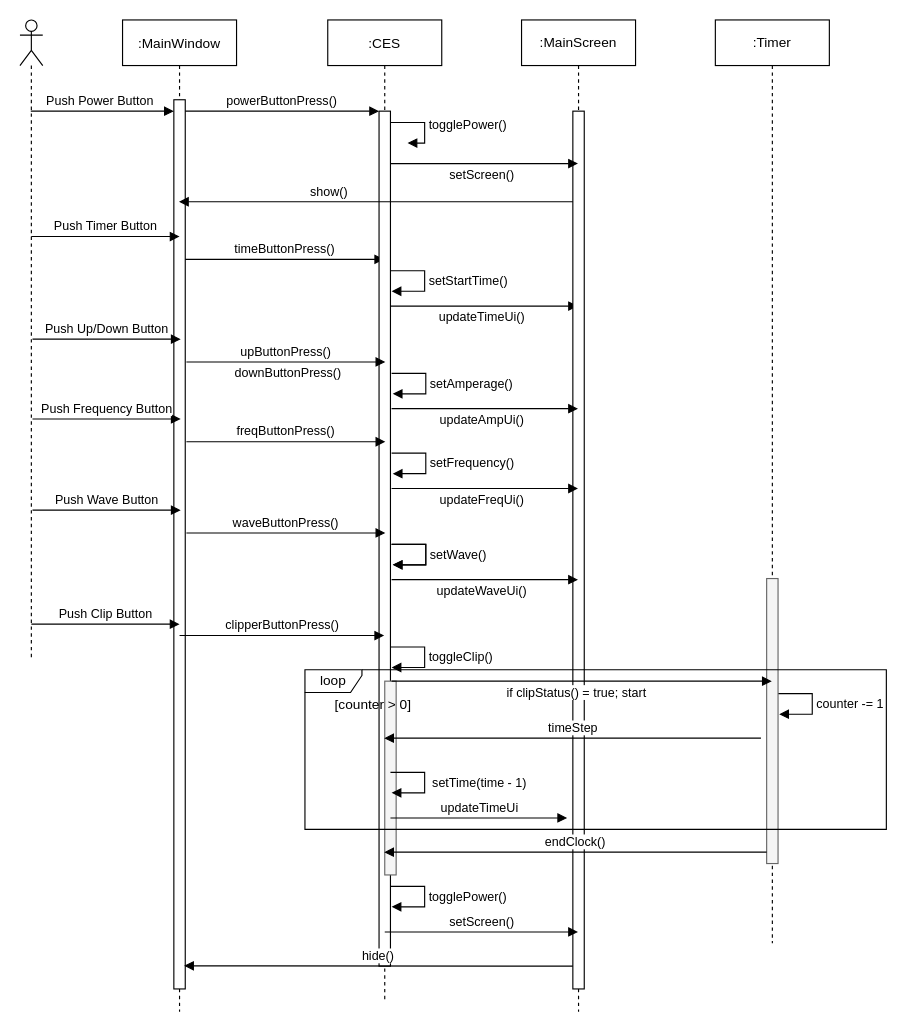
The draw.io diagram page "Page-1" (1 of 3) of Documentation/scenario.drawio in willwright1213/CESSimulator, before the edit. Source tidied: cells renumbered, new cells numbered last; positions are measured from the earlier drawing's top-left corner, leaving out a move shared by most shapes. Both pictures are drawn from the tidied source at 114%, with x=0, y=0 at pixel (19, 19).
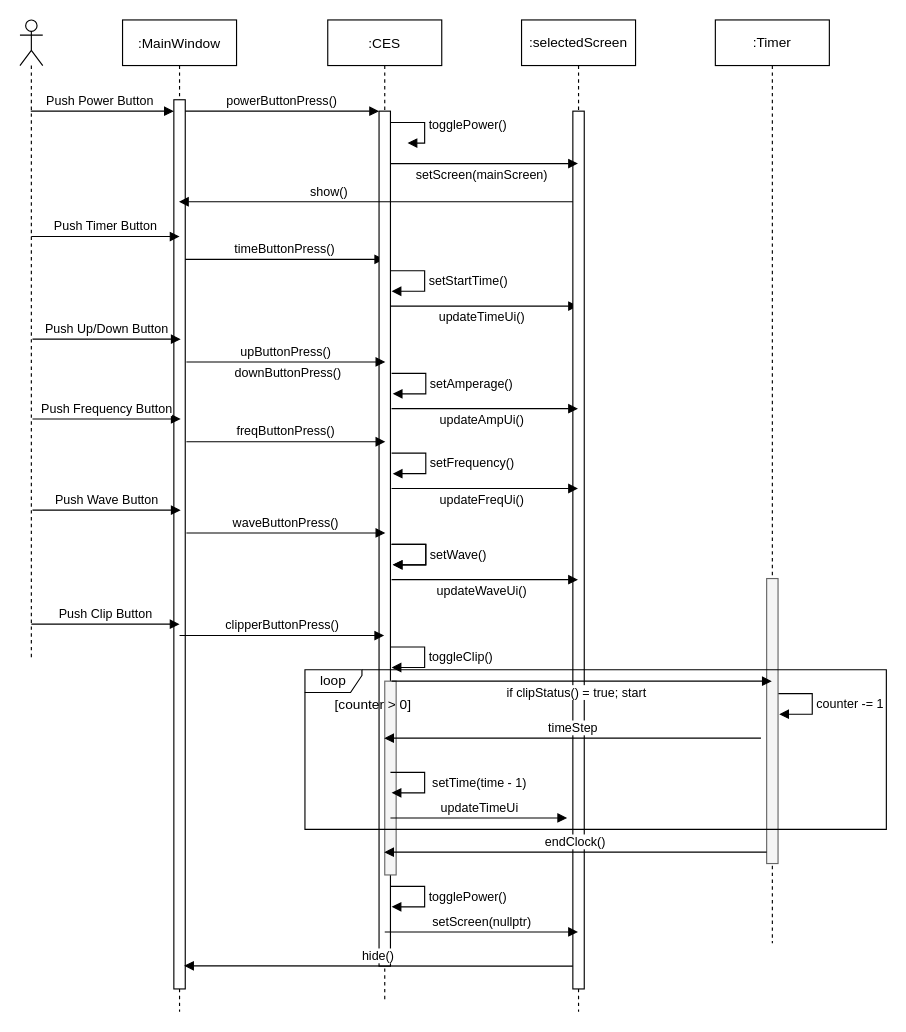
Above is the later version.

The change refers to these unchanged cells:
```xml
<mxCell id="9" style="points=[];perimeter=orthogonalPerimeter;rounded=0;shadow=0;strokeWidth=1;" parent="8" vertex="1">
  <mxGeometry x="45" y="80" width="10" height="750" as="geometry" />
</mxCell>
```

Change to the diagram source:
```diff
@@
-    <mxCell id="2" value=":MainScreen" style="shape=umlLifeline;perimeter=lifelinePerimeter;whiteSpace=wrap;html=1;outlineConnect=0;" parent="1" vertex="1">
+    <mxCell id="2" value=":selectedScreen" style="shape=umlLifeline;perimeter=lifelinePerimeter;whiteSpace=wrap;html=1;outlineConnect=0;" parent="1" vertex="1">
       <mxGeometry x="440" width="100" height="870" as="geometry" />
     </mxCell>
@@
-    <mxCell id="18" value="setScreen()" style="html=1;verticalAlign=bottom;endArrow=block;rounded=0;" parent="1" edge="1" source="9" target="2">
+    <mxCell id="18" value="setScreen(mainScreen)" style="html=1;verticalAlign=bottom;endArrow=block;rounded=0;" parent="1" edge="1" source="9" target="2">
       <mxGeometry x="-0.03" y="-19" relative="1" as="geometry">
         <Array as="points">
           <mxPoint x="450" y="126" />
         </Array>
       </mxGeometry>
     </mxCell>
@@
-    <mxCell id="47" value="setScreen()" style="html=1;verticalAlign=bottom;endArrow=block;rounded=0;exitX=-0.2;exitY=0.75;exitDx=0;exitDy=0;exitPerimeter=0;" parent="1" edge="1" target="2">
+    <mxCell id="47" value="setScreen(nullptr)" style="html=1;verticalAlign=bottom;endArrow=block;rounded=0;exitX=-0.2;exitY=0.75;exitDx=0;exitDy=0;exitPerimeter=0;" parent="1" edge="1" target="2">
       <mxGeometry relative="1" as="geometry">
         <mxPoint x="320" y="800" as="sourcePoint" />
       </mxGeometry>
     </mxCell>
```
